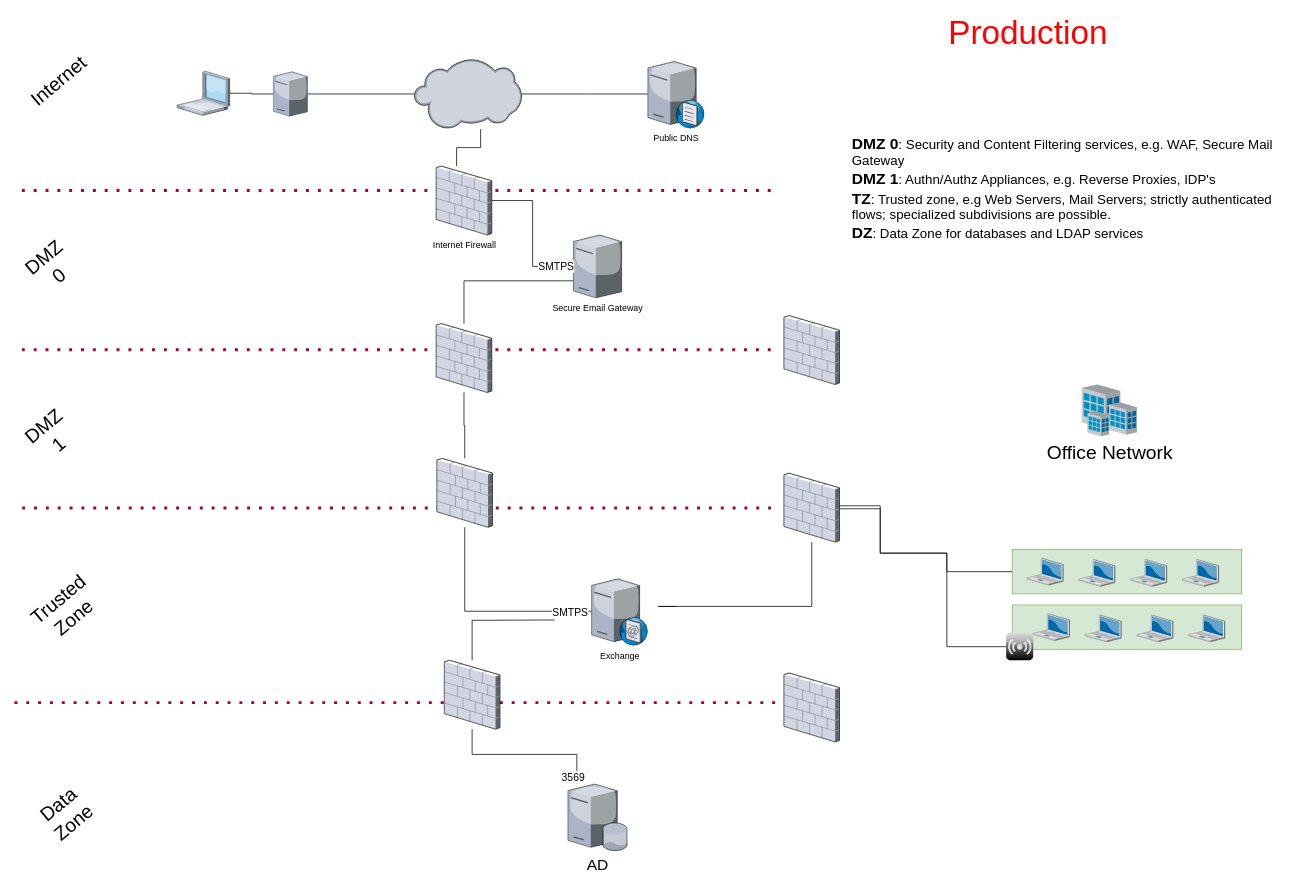
dachachacha/dotfiles keeps this draw.io diagram as page "high level" (2 of 4) of SMTP Gateway.drawio. Above is the earlier version. Source tidied: cells renumbered, new cells numbered last; positions are measured from the earlier drawing's top-left corner, leaving out a move shared by most shapes. Both pictures are drawn from the tidied source at 74%, with x=0, y=0 at pixel (14, 21).
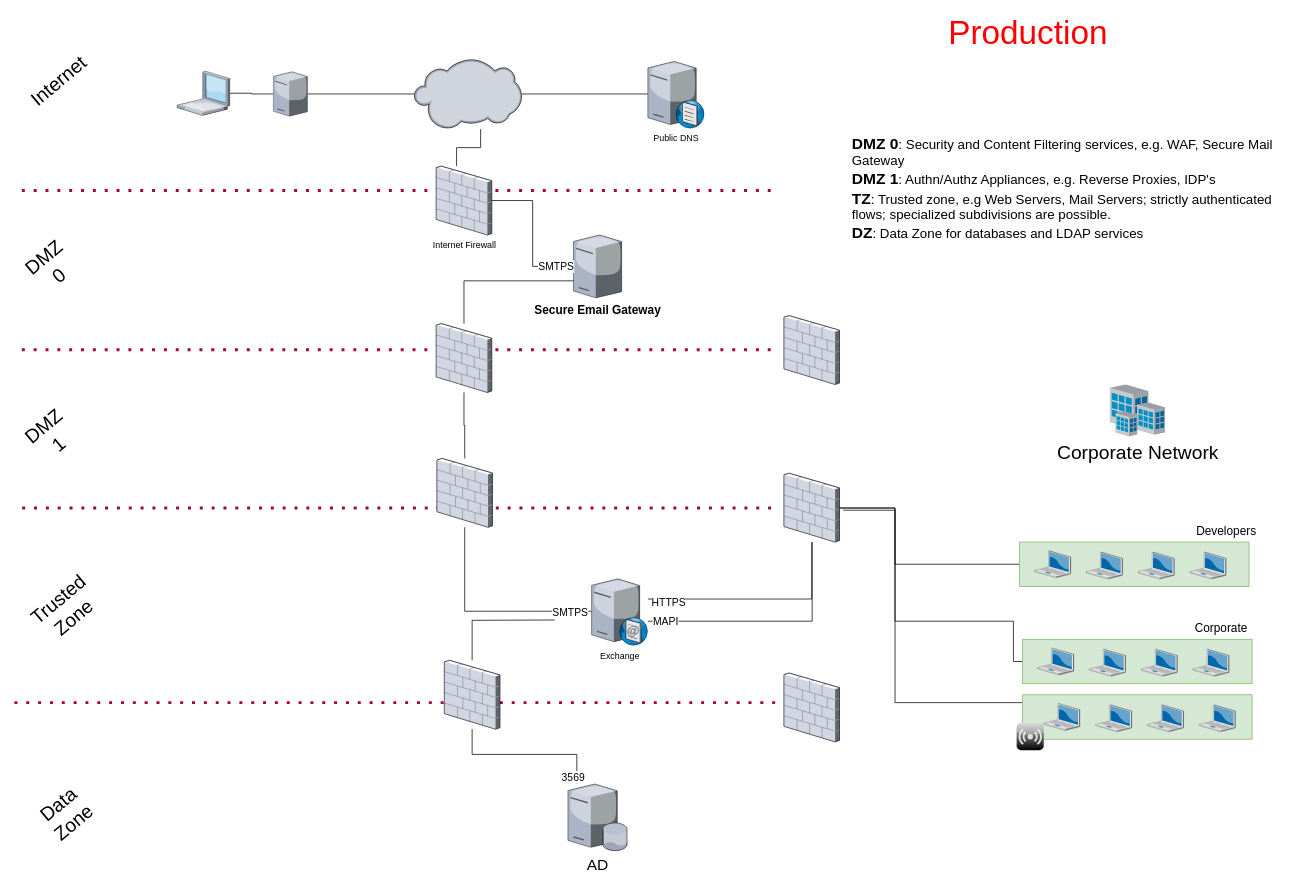
The same diagram, later.

The change refers to these unchanged cells:
```xml
<mxCell id="14" style="verticalLabelPosition=bottom;sketch=0;html=1;verticalAlign=top;strokeColor=none;align=center;outlineConnect=0;shape=mxgraph.citrix.firewall;fontSize=26;" parent="1" vertex="1">
  <mxGeometry x="1040" y="610" width="75" height="93" as="geometry" />
</mxCell>
<mxCell id="32" value="Exchange" style="verticalLabelPosition=bottom;sketch=0;html=1;verticalAlign=top;strokeColor=none;align=center;outlineConnect=0;shape=mxgraph.citrix.smtp_server;" parent="1" vertex="1">
  <mxGeometry x="780" y="750.5" width="76" height="92" as="geometry" />
</mxCell>
```

Change to the diagram source:
```diff
@@
-    <mxCell id="9" style="edgeStyle=orthogonalEdgeStyle;rounded=0;jettySize=auto;html=1;fontSize=26;endArrow=none;endFill=0;" parent="1" edge="1" target="14">
+    <mxCell id="9" style="edgeStyle=orthogonalEdgeStyle;rounded=0;jettySize=auto;html=1;fontSize=26;endArrow=none;endFill=0;" parent="1" edge="1" source="32" target="14">
       <mxGeometry relative="1" as="geometry">
-        <mxPoint x="893.5" y="790" as="sourcePoint" />
         <Array as="points">
-          <mxPoint x="870" y="790" />
-          <mxPoint x="1098" y="790" />
+          <mxPoint x="1078" y="810" />
         </Array>
       </mxGeometry>
     </mxCell>
+    <mxCell id="55" value="MAPI" style="edgeLabel;html=1;align=center;verticalAlign=middle;fontSize=14;fontColor=#000000;" parent="9" vertex="1">
+      <mxGeometry x="-0.76" y="4" relative="1" as="geometry">
+        <mxPoint x="-16" y="4" as="offset" />
+      </mxGeometry>
+    </mxCell>
-    <mxCell id="10" value="Secure Email Gateway" style="verticalLabelPosition=bottom;sketch=0;html=1;verticalAlign=top;strokeColor=none;align=center;outlineConnect=0;shape=mxgraph.citrix.license_server;" parent="1" vertex="1">
+    <mxCell id="10" value="&lt;font style=&quot;font-size: 16px;&quot;&gt;&lt;b&gt;Secure Email Gateway&lt;/b&gt;&lt;/font&gt;" style="verticalLabelPosition=bottom;sketch=0;html=1;verticalAlign=top;strokeColor=none;align=center;outlineConnect=0;shape=mxgraph.citrix.license_server;" parent="1" vertex="1">
       <mxGeometry x="755.5" y="288" width="65" height="85" as="geometry" />
     </mxCell>
@@
+    <mxCell id="56" style="edgeStyle=orthogonalEdgeStyle;rounded=0;jettySize=auto;html=1;fontSize=16;fontColor=#000000;endArrow=none;endFill=0;strokeWidth=1;" parent="1" edge="1" source="14" target="32">
+      <mxGeometry relative="1" as="geometry">
+        <Array as="points">
+          <mxPoint x="1078" y="780" />
+        </Array>
+      </mxGeometry>
+    </mxCell>
+    <mxCell id="57" value="&lt;font style=&quot;font-size: 14px;&quot;&gt;HTTPS&lt;/font&gt;" style="edgeLabel;html=1;align=center;verticalAlign=middle;fontSize=16;fontColor=#000000;" parent="56" vertex="1">
+      <mxGeometry x="0.47" y="3" relative="1" as="geometry">
+        <mxPoint x="-52" as="offset" />
+      </mxGeometry>
+    </mxCell>
@@
+    <mxCell id="58" style="edgeStyle=orthogonalEdgeStyle;rounded=0;jettySize=auto;html=1;fontSize=16;fontColor=#000000;endArrow=none;endFill=0;strokeWidth=1;" parent="1" edge="1" source="15" target="14">
+      <mxGeometry relative="1" as="geometry">
+        <Array as="points">
+          <mxPoint x="1190" y="920" />
+          <mxPoint x="1190" y="657" />
+        </Array>
+      </mxGeometry>
+    </mxCell>
     <mxCell id="15" style="rounded=0;whiteSpace=wrap;html=1;fontSize=26;align=left;fillColor=#d5e8d4;strokeColor=#82b366;" parent="1" vertex="1">
-      <mxGeometry x="1348.4" y="788" width="310" height="60" as="geometry" />
+      <mxGeometry x="1362.5" y="909.4" width="310" height="60" as="geometry" />
     </mxCell>
     <mxCell id="16" style="verticalLabelPosition=bottom;sketch=0;html=1;verticalAlign=top;strokeColor=none;align=center;shape=mxgraph.citrix.laptop_2;fontSize=26;" parent="1" vertex="1">
-      <mxGeometry x="1376.8" y="799.8" width="49" height="36.5" as="geometry" />
+      <mxGeometry x="1390.9" y="921.1" width="49" height="36.5" as="geometry" />
     </mxCell>
     <mxCell id="17" style="verticalLabelPosition=bottom;sketch=0;html=1;verticalAlign=top;strokeColor=none;align=center;shape=mxgraph.citrix.laptop_2;fontSize=26;" parent="1" vertex="1">
-      <mxGeometry x="1446.8" y="801.5" width="49" height="36.5" as="geometry" />
+      <mxGeometry x="1460.9" y="922.9" width="49" height="36.5" as="geometry" />
     </mxCell>
     <mxCell id="18" style="verticalLabelPosition=bottom;sketch=0;html=1;verticalAlign=top;strokeColor=none;align=center;shape=mxgraph.citrix.laptop_2;fontSize=26;" parent="1" vertex="1">
-      <mxGeometry x="1516.8" y="801.5" width="49" height="36.5" as="geometry" />
+      <mxGeometry x="1530.9" y="922.9" width="49" height="36.5" as="geometry" />
     </mxCell>
     <mxCell id="19" style="verticalLabelPosition=bottom;sketch=0;html=1;verticalAlign=top;strokeColor=none;align=center;shape=mxgraph.citrix.laptop_2;fontSize=26;" parent="1" vertex="1">
-      <mxGeometry x="1586.8" y="801.5" width="49" height="36.5" as="geometry" />
+      <mxGeometry x="1600.9" y="922.9" width="49" height="36.5" as="geometry" />
     </mxCell>
-    <mxCell id="20" style="edgeStyle=orthogonalEdgeStyle;rounded=0;jettySize=auto;html=1;fontSize=26;endArrow=none;endFill=0;" parent="1" edge="1" source="21" target="14">
-      <mxGeometry relative="1" as="geometry">
-        <Array as="points">
-          <mxPoint x="1260" y="844" />
-          <mxPoint x="1260" y="718" />
-          <mxPoint x="1170" y="718" />
-          <mxPoint x="1170" y="658" />
-        </Array>
-      </mxGeometry>
-    </mxCell>
     <mxCell id="21" style="verticalLabelPosition=bottom;sketch=0;html=1;verticalAlign=top;strokeColor=none;align=center;outlineConnect=0;shape=mxgraph.citrix.role_repeater;fillColor=#CCCCCC;gradientColor=#000000;gradientDirection=south;fontSize=26;" parent="1" vertex="1">
-      <mxGeometry x="1340" y="826" width="36.8" height="36.8" as="geometry" />
+      <mxGeometry x="1354.2" y="947.4" width="36.8" height="36.8" as="geometry" />
     </mxCell>
-    <mxCell id="22" style="edgeStyle=orthogonalEdgeStyle;rounded=0;jettySize=auto;html=1;fontSize=12;endArrow=none;endFill=0;strokeWidth=1;" parent="1" edge="1" source="23" target="14">
+    <mxCell id="22" style="edgeStyle=orthogonalEdgeStyle;rounded=0;jettySize=auto;html=1;fontSize=16;fontColor=#000000;endArrow=none;endFill=0;strokeWidth=1;" parent="1" edge="1" source="23" target="14">
       <mxGeometry relative="1" as="geometry">
         <Array as="points">
-          <mxPoint x="1260" y="743" />
-          <mxPoint x="1260" y="718" />
-          <mxPoint x="1170" y="718" />
-          <mxPoint x="1170" y="654" />
+          <mxPoint x="1350" y="864" />
+          <mxPoint x="1350" y="810" />
+          <mxPoint x="1190" y="810" />
+          <mxPoint x="1190" y="657" />
         </Array>
       </mxGeometry>
     </mxCell>
     <mxCell id="23" style="rounded=0;whiteSpace=wrap;html=1;fontSize=26;align=left;fillColor=#d5e8d4;strokeColor=#82b366;" parent="1" vertex="1">
-      <mxGeometry x="1348.4" y="713" width="310" height="60" as="geometry" />
+      <mxGeometry x="1362.5" y="834.4" width="310" height="60" as="geometry" />
     </mxCell>
     <mxCell id="24" style="verticalLabelPosition=bottom;sketch=0;html=1;verticalAlign=top;strokeColor=none;align=center;shape=mxgraph.citrix.laptop_2;fontSize=26;" parent="1" vertex="1">
-      <mxGeometry x="1368.4" y="724.8" width="49" height="36.5" as="geometry" />
+      <mxGeometry x="1382.5" y="846.1" width="49" height="36.5" as="geometry" />
     </mxCell>
     <mxCell id="25" style="verticalLabelPosition=bottom;sketch=0;html=1;verticalAlign=top;strokeColor=none;align=center;shape=mxgraph.citrix.laptop_2;fontSize=26;" parent="1" vertex="1">
-      <mxGeometry x="1438.4" y="726.5" width="49" height="36.5" as="geometry" />
+      <mxGeometry x="1452.5" y="847.9" width="49" height="36.5" as="geometry" />
     </mxCell>
     <mxCell id="26" style="verticalLabelPosition=bottom;sketch=0;html=1;verticalAlign=top;strokeColor=none;align=center;shape=mxgraph.citrix.laptop_2;fontSize=26;" parent="1" vertex="1">
-      <mxGeometry x="1508.4" y="726.5" width="49" height="36.5" as="geometry" />
+      <mxGeometry x="1522.5" y="847.9" width="49" height="36.5" as="geometry" />
     </mxCell>
     <mxCell id="27" style="verticalLabelPosition=bottom;sketch=0;html=1;verticalAlign=top;strokeColor=none;align=center;shape=mxgraph.citrix.laptop_2;fontSize=26;" parent="1" vertex="1">
-      <mxGeometry x="1578.4" y="726.5" width="49" height="36.5" as="geometry" />
+      <mxGeometry x="1592.5" y="847.9" width="49" height="36.5" as="geometry" />
     </mxCell>
-    <mxCell id="28" value="Office Network" style="verticalLabelPosition=bottom;sketch=0;html=1;verticalAlign=top;strokeColor=none;align=center;shape=mxgraph.citrix.site;fontSize=26;" parent="1" vertex="1">
-      <mxGeometry x="1442.6" y="490" width="74.2" height="70" as="geometry" />
+    <mxCell id="28" value="Corporate Network" style="verticalLabelPosition=bottom;sketch=0;html=1;verticalAlign=top;strokeColor=none;align=center;shape=mxgraph.citrix.site;fontSize=26;" parent="1" vertex="1">
+      <mxGeometry x="1480.5" y="490" width="74.2" height="70" as="geometry" />
     </mxCell>
@@
+    <mxCell id="59" style="edgeStyle=orthogonalEdgeStyle;rounded=0;jettySize=auto;html=1;fontSize=16;fontColor=#000000;endArrow=none;endFill=0;strokeWidth=1;" parent="1" edge="1" source="60">
+      <mxGeometry relative="1" as="geometry">
+        <mxPoint x="1120" y="660" as="targetPoint" />
+        <Array as="points">
+          <mxPoint x="1190" y="733" />
+          <mxPoint x="1190" y="660" />
+        </Array>
+      </mxGeometry>
+    </mxCell>
+    <mxCell id="60" style="rounded=0;whiteSpace=wrap;html=1;fontSize=26;align=left;fillColor=#d5e8d4;strokeColor=#82b366;" parent="1" vertex="1">
+      <mxGeometry x="1358.4" y="703" width="310" height="60" as="geometry" />
+    </mxCell>
+    <mxCell id="61" style="verticalLabelPosition=bottom;sketch=0;html=1;verticalAlign=top;strokeColor=none;align=center;shape=mxgraph.citrix.laptop_2;fontSize=26;" parent="1" vertex="1">
+      <mxGeometry x="1378.4" y="714.8" width="49" height="36.5" as="geometry" />
+    </mxCell>
+    <mxCell id="62" style="verticalLabelPosition=bottom;sketch=0;html=1;verticalAlign=top;strokeColor=none;align=center;shape=mxgraph.citrix.laptop_2;fontSize=26;" parent="1" vertex="1">
+      <mxGeometry x="1448.4" y="716.5" width="49" height="36.5" as="geometry" />
+    </mxCell>
+    <mxCell id="63" style="verticalLabelPosition=bottom;sketch=0;html=1;verticalAlign=top;strokeColor=none;align=center;shape=mxgraph.citrix.laptop_2;fontSize=26;" parent="1" vertex="1">
+      <mxGeometry x="1518.4" y="716.5" width="49" height="36.5" as="geometry" />
+    </mxCell>
+    <mxCell id="64" style="verticalLabelPosition=bottom;sketch=0;html=1;verticalAlign=top;strokeColor=none;align=center;shape=mxgraph.citrix.laptop_2;fontSize=26;" parent="1" vertex="1">
+      <mxGeometry x="1588.4" y="716.5" width="49" height="36.5" as="geometry" />
+    </mxCell>
+    <mxCell id="65" value="Developers" style="text;html=1;strokeColor=none;fillColor=none;align=center;verticalAlign=middle;whiteSpace=wrap;rounded=0;fontSize=16;fontColor=#000000;" parent="1" vertex="1">
+      <mxGeometry x="1608.4" y="673" width="60" height="30" as="geometry" />
+    </mxCell>
+    <mxCell id="66" value="Corporate" style="text;html=1;strokeColor=none;fillColor=none;align=center;verticalAlign=middle;whiteSpace=wrap;rounded=0;fontSize=16;fontColor=#000000;" parent="1" vertex="1">
+      <mxGeometry x="1600.9" y="804.4" width="60" height="30" as="geometry" />
+    </mxCell>
```
